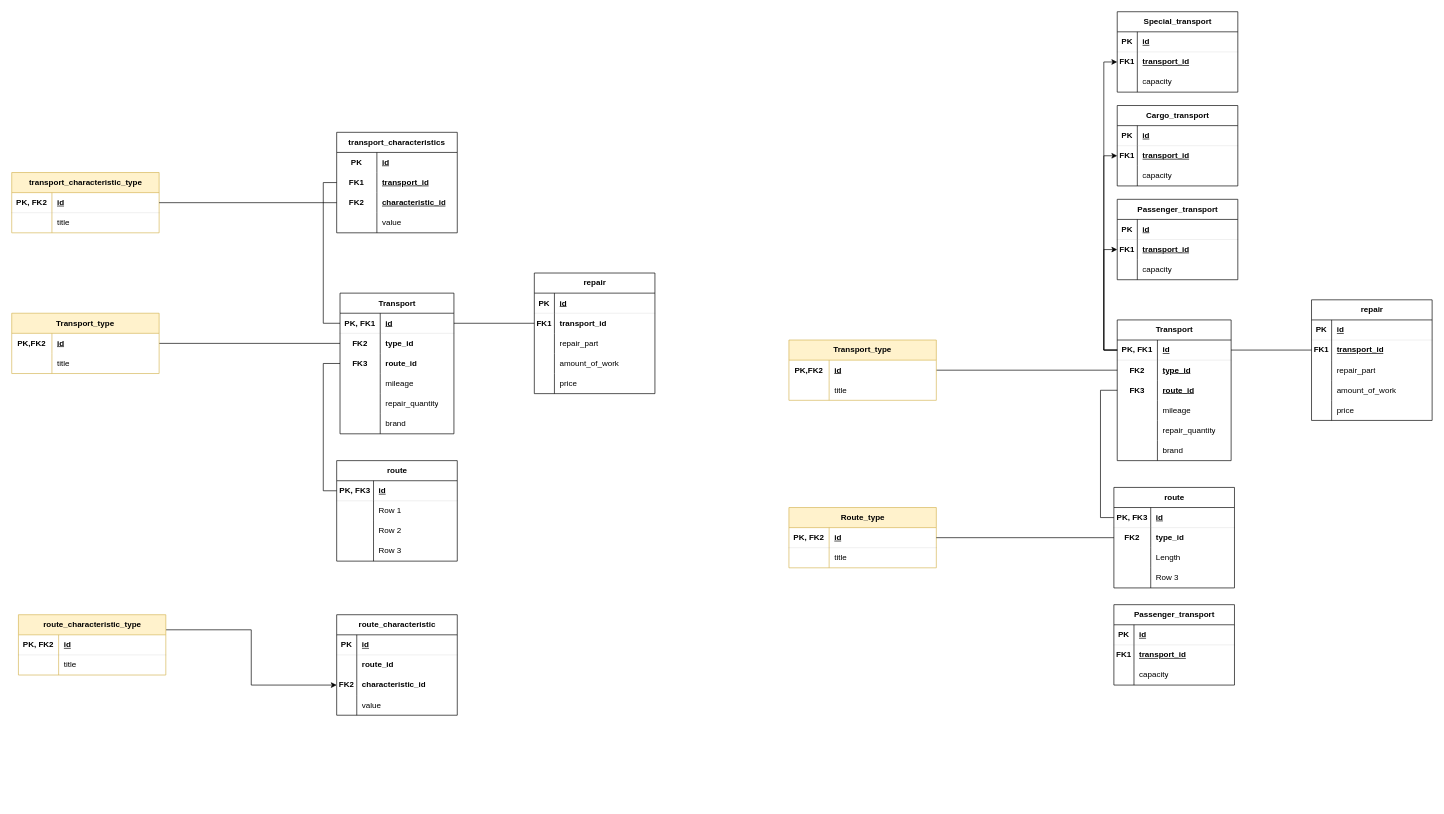
ParrotDox/BD keeps this draw.io diagram as Schemas/Диаграмма без названия.drawio. Above is the earlier version. Source tidied: cells renumbered, new cells numbered last; positions are measured from the earlier drawing's top-left corner, leaving out a move shared by most shapes. Both pictures are drawn from the tidied source at 67%, with x=0, y=0 at pixel (11, 11).
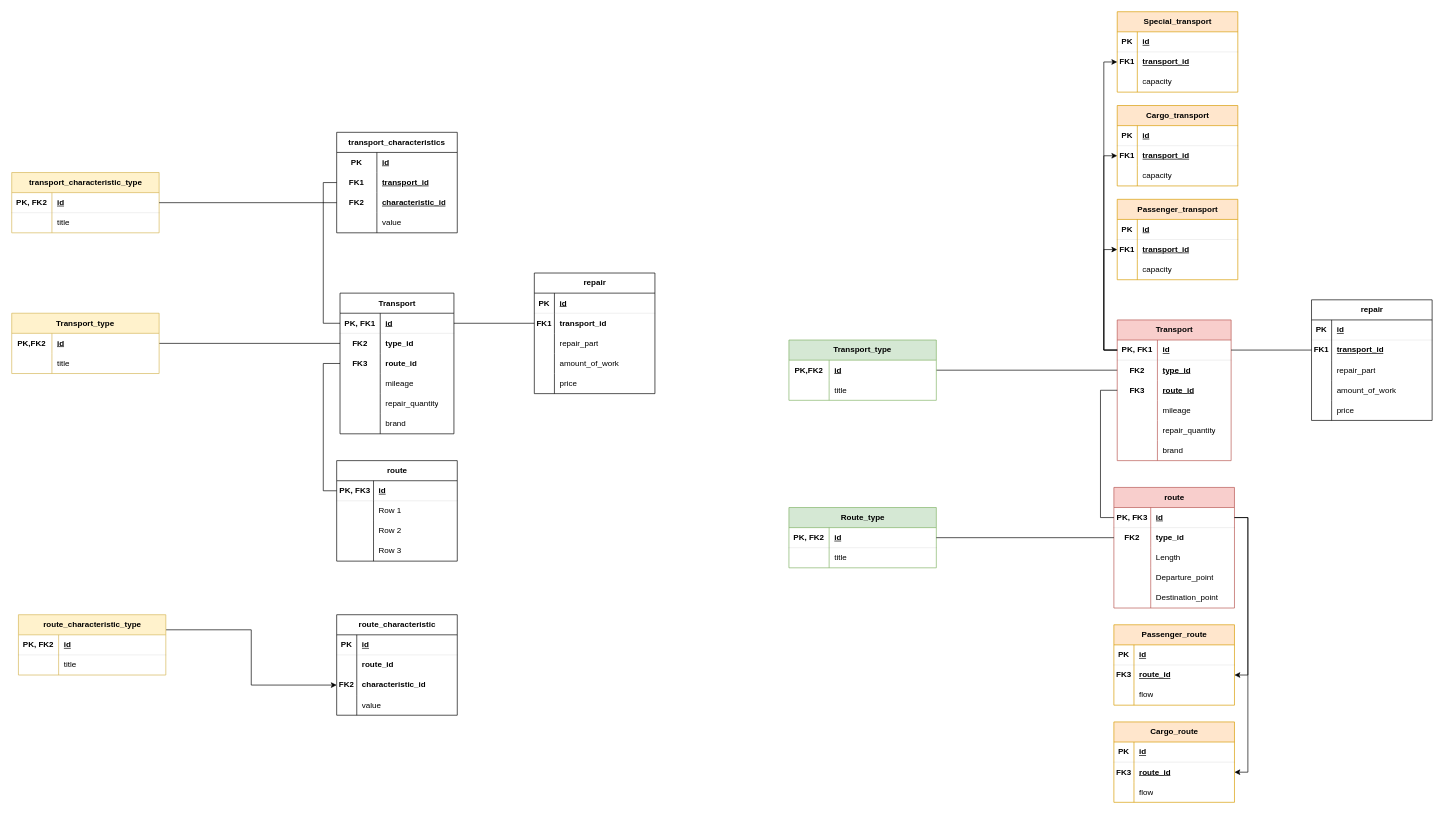
After the change.

Commit message:
Route and transport Mayyybe done

The change refers to these unchanged cells:
```xml
<mxCell id="154" style="shape=tableRow;horizontal=0;startSize=0;swimlaneHead=0;swimlaneBody=0;fillColor=none;points=[[0,0.5],[1,0.5]];portConstraint=eastwest;top=0;left=0;right=0;bottom=1;strokeWidth=0;" parent="153" vertex="1">
  <mxGeometry y="30" width="180" height="30" as="geometry" />
</mxCell>
<mxCell id="163" style="shape=tableRow;horizontal=0;startSize=0;swimlaneHead=0;swimlaneBody=0;fillColor=none;top=0;left=0;right=0;bottom=0;" parent="153" vertex="1">
  <mxGeometry y="120" width="180" height="30" as="geometry" />
</mxCell>
<mxCell id="212" style="shape=tableRow;horizontal=0;startSize=0;swimlaneHead=0;swimlaneBody=0;fillColor=none;points=[[0,0.5],[1,0.5]];portConstraint=eastwest;top=0;left=0;right=0;bottom=0;" parent="208" vertex="1">
  <mxGeometry y="60" width="180" height="30" as="geometry" />
</mxCell>
<mxCell id="215" style="shape=tableRow;horizontal=0;startSize=0;swimlaneHead=0;swimlaneBody=0;fillColor=none;top=0;left=0;right=0;bottom=0;" parent="208" vertex="1">
  <mxGeometry y="90" width="180" height="30" as="geometry" />
</mxCell>
```

What changed in the source:
```diff
@@
-    <mxCell id="107" value="Transport" style="shape=table;startSize=30;childLayout=tableLayout;rowLines=0;fontStyle=1;align=center;html=1;" parent="1" vertex="1">
+    <mxCell id="107" value="Transport" style="shape=table;startSize=30;childLayout=tableLayout;rowLines=0;fontStyle=1;align=center;html=1;fillColor=#f8cecc;strokeColor=#b85450;" parent="1" vertex="1">
       <mxGeometry x="1650" y="460" width="170" height="210" as="geometry" />
     </mxCell>
@@
-    <mxCell id="126" value="Transport_type" style="shape=table;startSize=30;childLayout=tableLayout;rowLines=0;fontStyle=1;align=center;html=1;whiteSpace=wrap;fillColor=#fff2cc;strokeColor=#d6b656;" parent="1" vertex="1">
+    <mxCell id="126" value="Transport_type" style="shape=table;startSize=30;childLayout=tableLayout;rowLines=0;fontStyle=1;align=center;html=1;whiteSpace=wrap;fillColor=#d5e8d4;strokeColor=#82b366;" parent="1" vertex="1">
       <mxGeometry x="1160" y="490" width="220" height="90" as="geometry" />
     </mxCell>
@@
-    <mxCell id="153" value="route" style="shape=table;startSize=30;childLayout=tableLayout;rowLines=0;fontStyle=1;align=center;html=1;" parent="1" vertex="1">
-      <mxGeometry x="1645" y="710" width="180" height="150" as="geometry" />
+    <mxCell id="153" value="route" style="shape=table;startSize=30;childLayout=tableLayout;rowLines=0;fontStyle=1;align=center;html=1;fillColor=#f8cecc;strokeColor=#b85450;" parent="1" vertex="1">
+      <mxGeometry x="1645" y="710" width="180" height="180" as="geometry" />
     </mxCell>
@@
-    <mxCell id="165" value="Row 3" style="shape=partialRectangle;fillColor=none;top=0;left=0;bottom=0;right=0;align=left;spacingLeft=6;overflow=hidden;whiteSpace=wrap;html=1;" parent="163" vertex="1">
+    <mxCell id="165" value="Departure_point" style="shape=partialRectangle;fillColor=none;top=0;left=0;bottom=0;right=0;align=left;spacingLeft=6;overflow=hidden;whiteSpace=wrap;html=1;" parent="163" vertex="1">
       <mxGeometry x="55" width="125" height="30" as="geometry" />
     </mxCell>
+    <mxCell id="218" style="shape=tableRow;horizontal=0;startSize=0;swimlaneHead=0;swimlaneBody=0;fillColor=none;top=0;left=0;right=0;bottom=0;" parent="153" vertex="1">
+      <mxGeometry y="150" width="180" height="30" as="geometry" />
+    </mxCell>
+    <mxCell id="219" style="shape=partialRectangle;fillColor=none;top=0;left=0;bottom=0;right=0;overflow=hidden;whiteSpace=wrap;html=1;" parent="218" vertex="1">
+      <mxGeometry width="55" height="30" as="geometry" />
+    </mxCell>
+    <mxCell id="220" value="Destination_point" style="shape=partialRectangle;fillColor=none;top=0;left=0;bottom=0;right=0;align=left;spacingLeft=6;overflow=hidden;whiteSpace=wrap;html=1;" parent="218" vertex="1">
+      <mxGeometry x="55" width="125" height="30" as="geometry" />
+    </mxCell>
-    <mxCell id="166" value="Route_type" style="shape=table;startSize=30;childLayout=tableLayout;rowLines=0;fontStyle=1;align=center;html=1;fillColor=#fff2cc;strokeColor=#d6b656;" parent="1" vertex="1">
+    <mxCell id="166" value="Route_type" style="shape=table;startSize=30;childLayout=tableLayout;rowLines=0;fontStyle=1;align=center;html=1;fillColor=#d5e8d4;strokeColor=#82b366;" parent="1" vertex="1">
       <mxGeometry x="1160" y="740" width="220" height="90" as="geometry" />
     </mxCell>
@@
-    <mxCell id="174" value="Cargo_transport" style="shape=table;startSize=30;childLayout=tableLayout;rowLines=0;fontStyle=1;align=center;html=1;" parent="1" vertex="1">
+    <mxCell id="174" value="Cargo_transport" style="shape=table;startSize=30;childLayout=tableLayout;rowLines=0;fontStyle=1;align=center;html=1;fillColor=#ffe6cc;strokeColor=#d79b00;" parent="1" vertex="1">
       <mxGeometry x="1650" y="140" width="180" height="120" as="geometry" />
     </mxCell>
@@
-    <mxCell id="185" value="Passenger_transport" style="shape=table;startSize=30;childLayout=tableLayout;rowLines=0;fontStyle=1;align=center;html=1;" parent="1" vertex="1">
+    <mxCell id="185" value="Passenger_transport" style="shape=table;startSize=30;childLayout=tableLayout;rowLines=0;fontStyle=1;align=center;html=1;fillColor=#ffe6cc;strokeColor=#d79b00;" parent="1" vertex="1">
       <mxGeometry x="1650" y="280" width="180" height="120" as="geometry" />
     </mxCell>
@@
-    <mxCell id="196" value="Special_transport" style="shape=table;startSize=30;childLayout=tableLayout;rowLines=0;fontStyle=1;align=center;html=1;" parent="1" vertex="1">
+    <mxCell id="196" value="Special_transport" style="shape=table;startSize=30;childLayout=tableLayout;rowLines=0;fontStyle=1;align=center;html=1;fillColor=#ffe6cc;strokeColor=#d79b00;" parent="1" vertex="1">
       <mxGeometry x="1650" width="180" height="120" as="geometry" />
     </mxCell>
@@
-    <mxCell id="208" value="Passenger_transport" style="shape=table;startSize=30;childLayout=tableLayout;rowLines=0;fontStyle=1;align=center;html=1;" parent="1" vertex="1">
-      <mxGeometry x="1645" y="885" width="180" height="120" as="geometry" />
+    <mxCell id="208" value="Passenger_route" style="shape=table;startSize=30;childLayout=tableLayout;rowLines=0;fontStyle=1;align=center;html=1;fillColor=#ffe6cc;strokeColor=#d79b00;" parent="1" vertex="1">
+      <mxGeometry x="1645" y="915" width="180" height="120" as="geometry" />
     </mxCell>
@@
-    <mxCell id="213" value="&lt;b&gt;FK1&lt;/b&gt;" style="shape=partialRectangle;fillColor=none;top=0;left=0;bottom=0;right=0;overflow=hidden;whiteSpace=wrap;html=1;" parent="212" vertex="1">
+    <mxCell id="213" value="&lt;b&gt;FK3&lt;/b&gt;" style="shape=partialRectangle;fillColor=none;top=0;left=0;bottom=0;right=0;overflow=hidden;whiteSpace=wrap;html=1;" parent="212" vertex="1">
       <mxGeometry width="30" height="30" as="geometry" />
     </mxCell>
-    <mxCell id="214" value="&lt;b&gt;&lt;u&gt;transport_id&lt;/u&gt;&lt;/b&gt;" style="shape=partialRectangle;fillColor=none;top=0;left=0;bottom=0;right=0;align=left;spacingLeft=6;overflow=hidden;whiteSpace=wrap;html=1;" parent="212" vertex="1">
+    <mxCell id="214" value="&lt;b&gt;&lt;u&gt;route_id&lt;/u&gt;&lt;/b&gt;" style="shape=partialRectangle;fillColor=none;top=0;left=0;bottom=0;right=0;align=left;spacingLeft=6;overflow=hidden;whiteSpace=wrap;html=1;" parent="212" vertex="1">
       <mxGeometry x="30" width="150" height="30" as="geometry" />
     </mxCell>
@@
-    <mxCell id="217" value="capacity" style="shape=partialRectangle;fillColor=none;top=0;left=0;bottom=0;right=0;align=left;spacingLeft=6;overflow=hidden;whiteSpace=wrap;html=1;" parent="215" vertex="1">
+    <mxCell id="217" value="flow" style="shape=partialRectangle;fillColor=none;top=0;left=0;bottom=0;right=0;align=left;spacingLeft=6;overflow=hidden;whiteSpace=wrap;html=1;" parent="215" vertex="1">
       <mxGeometry x="30" width="150" height="30" as="geometry" />
     </mxCell>
+    <mxCell id="221" style="edgeStyle=orthogonalEdgeStyle;rounded=0;jettySize=auto;html=1;exitX=1;exitY=0.5;exitDx=0;exitDy=0;entryX=1;entryY=0.5;entryDx=0;entryDy=0;" parent="1" edge="1" source="154" target="212">
+      <mxGeometry relative="1" as="geometry" />
+    </mxCell>
+    <mxCell id="222" value="Cargo_route" style="shape=table;startSize=30;childLayout=tableLayout;rowLines=0;fontStyle=1;align=center;html=1;fillColor=#ffe6cc;strokeColor=#d79b00;" parent="1" vertex="1">
+      <mxGeometry x="1645" y="1060" width="180" height="120" as="geometry" />
+    </mxCell>
+    <mxCell id="223" style="shape=tableRow;horizontal=0;startSize=0;swimlaneHead=0;swimlaneBody=0;fillColor=none;top=0;left=0;right=0;bottom=1;strokeWidth=0;" parent="222" vertex="1">
+      <mxGeometry y="30" width="180" height="30" as="geometry" />
+    </mxCell>
+    <mxCell id="224" value="PK" style="shape=partialRectangle;fillColor=none;top=0;left=0;bottom=0;right=0;fontStyle=1;overflow=hidden;whiteSpace=wrap;html=1;" parent="223" vertex="1">
+      <mxGeometry width="30" height="30" as="geometry" />
+    </mxCell>
+    <mxCell id="225" value="id" style="shape=partialRectangle;fillColor=none;top=0;left=0;bottom=0;right=0;align=left;spacingLeft=6;fontStyle=5;overflow=hidden;whiteSpace=wrap;html=1;" parent="223" vertex="1">
+      <mxGeometry x="30" width="150" height="30" as="geometry" />
+    </mxCell>
+    <mxCell id="226" style="shape=tableRow;horizontal=0;startSize=0;swimlaneHead=0;swimlaneBody=0;fillColor=none;points=[[0,0.5],[1,0.5]];portConstraint=eastwest;top=0;left=0;right=0;bottom=0;" parent="222" vertex="1">
+      <mxGeometry y="60" width="180" height="30" as="geometry" />
+    </mxCell>
+    <mxCell id="227" value="&lt;b&gt;FK3&lt;/b&gt;" style="shape=partialRectangle;fillColor=none;top=0;left=0;bottom=0;right=0;overflow=hidden;whiteSpace=wrap;html=1;" parent="226" vertex="1">
+      <mxGeometry width="30" height="30" as="geometry" />
+    </mxCell>
+    <mxCell id="228" value="&lt;b&gt;&lt;u&gt;route_id&lt;/u&gt;&lt;/b&gt;" style="shape=partialRectangle;fillColor=none;top=0;left=0;bottom=0;right=0;align=left;spacingLeft=6;overflow=hidden;whiteSpace=wrap;html=1;" parent="226" vertex="1">
+      <mxGeometry x="30" width="150" height="30" as="geometry" />
+    </mxCell>
+    <mxCell id="229" style="shape=tableRow;horizontal=0;startSize=0;swimlaneHead=0;swimlaneBody=0;fillColor=none;top=0;left=0;right=0;bottom=0;" parent="222" vertex="1">
+      <mxGeometry y="90" width="180" height="30" as="geometry" />
+    </mxCell>
+    <mxCell id="230" style="shape=partialRectangle;fillColor=none;top=0;left=0;bottom=0;right=0;overflow=hidden;whiteSpace=wrap;html=1;" parent="229" vertex="1">
+      <mxGeometry width="30" height="30" as="geometry" />
+    </mxCell>
+    <mxCell id="231" value="flow" style="shape=partialRectangle;fillColor=none;top=0;left=0;bottom=0;right=0;align=left;spacingLeft=6;overflow=hidden;whiteSpace=wrap;html=1;" parent="229" vertex="1">
+      <mxGeometry x="30" width="150" height="30" as="geometry" />
+    </mxCell>
+    <mxCell id="232" style="edgeStyle=orthogonalEdgeStyle;rounded=0;jettySize=auto;html=1;exitX=1;exitY=0.5;exitDx=0;exitDy=0;entryX=1;entryY=0.5;entryDx=0;entryDy=0;" parent="1" edge="1" source="154" target="226">
+      <mxGeometry relative="1" as="geometry" />
+    </mxCell>
```
